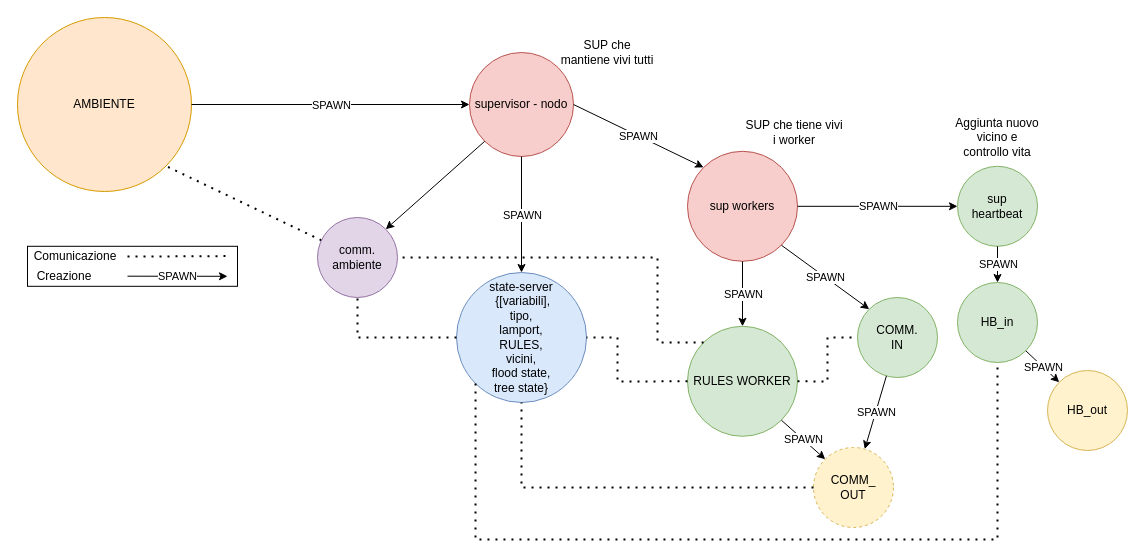
Above: relazione/draws/draw_nodeworker.drawio in DiegoBorsoi/ProgettoSistemiDistribuiti (draw.io), before the change. Source tidied: cells renumbered, new cells numbered last; positions are measured from the earlier drawing's top-left corner, leaving out a move shared by most shapes. Both pictures are drawn from the tidied source at 100%, with x=0, y=0 at pixel (17, 17).
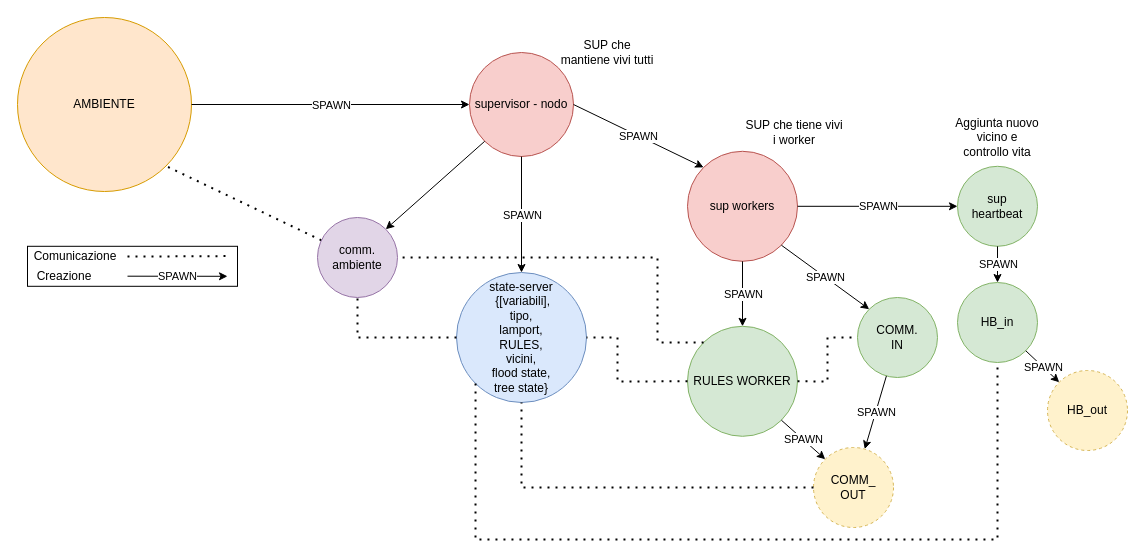
Above is the later version.

The edit, as a diff of the source:
```diff
@@
-    <mxCell id="43" value="HB_out" style="ellipse;whiteSpace=wrap;html=1;fillColor=#fff2cc;strokeColor=#d6b656;" parent="1" vertex="1">
+    <mxCell id="43" value="HB_out" style="ellipse;whiteSpace=wrap;html=1;fillColor=#fff2cc;strokeColor=#d6b656;dashed=1;" parent="1" vertex="1">
       <mxGeometry x="1030" y="353" width="80" height="80" as="geometry" />
     </mxCell>
```
